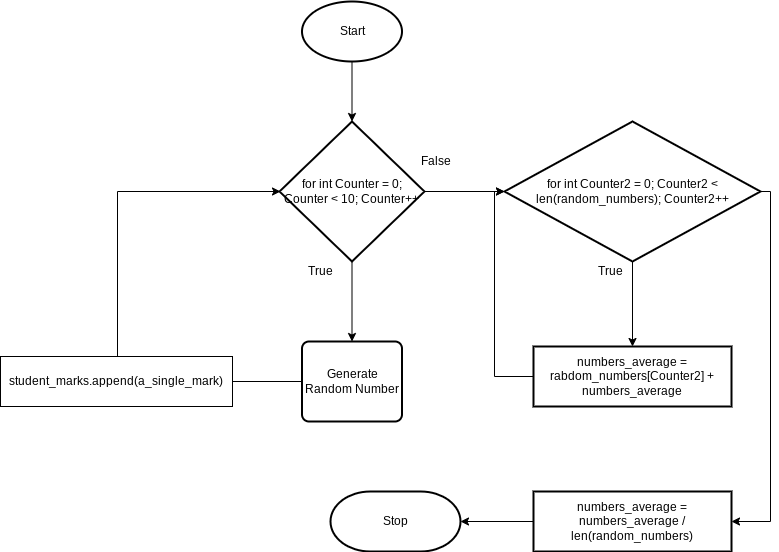
Above: flowchart.png in Ethan-Prieur1/ICS3U-Unit6-01-Python (draw.io), before the change. Source tidied: cells renumbered, new cells last; positions are measured from the earlier drawing's top-left corner, leaving out a move shared by most shapes.
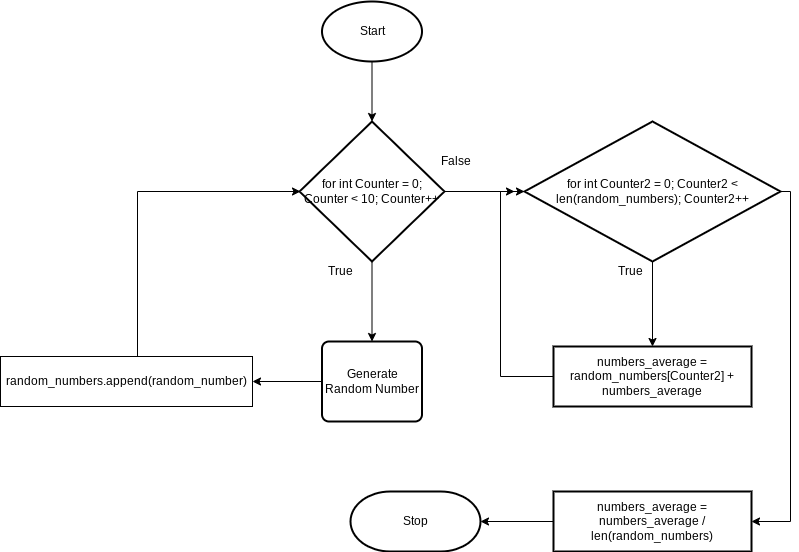
The same diagram one commit later.

Commit message:
for one of them

The edit, as a diff of the source:
```diff
@@ -20,10 +20,8 @@
     <mxCell id="7" value="for int Counter = 0; Counter &amp;lt; 10; Counter++" style="strokeWidth=2;html=1;shape=mxgraph.flowchart.decision;whiteSpace=wrap;" parent="1" vertex="1">
       <mxGeometry x="279" y="120" width="145" height="140" as="geometry" />
     </mxCell>
-    <mxCell id="8" style="edgeStyle=none;html=1;" parent="1" edge="1" source="9">
-      <mxGeometry relative="1" as="geometry">
-        <mxPoint x="168" y="380" as="targetPoint" />
-      </mxGeometry>
+    <mxCell id="8" style="edgeStyle=none;html=1;entryX=1;entryY=0.5;entryDx=0;entryDy=0;" parent="1" edge="1" source="9" target="11">
+      <mxGeometry relative="1" as="geometry" />
     </mxCell>
     <mxCell id="9" value="Generate Random Number" style="rounded=1;whiteSpace=wrap;html=1;absoluteArcSize=1;arcSize=14;strokeWidth=2;" parent="1" vertex="1">
       <mxGeometry x="301.5" y="340" width="100" height="80" as="geometry" />
@@ -37,8 +35,8 @@
         </Array>
       </mxGeometry>
     </mxCell>
-    <mxCell id="11" value="student_marks.append(a_single_mark)" style="rounded=0;whiteSpace=wrap;html=1;" parent="1" vertex="1">
-      <mxGeometry y="355" width="232" height="50" as="geometry" />
+    <mxCell id="11" value="random_numbers.append(random_number)" style="rounded=0;whiteSpace=wrap;html=1;" parent="1" vertex="1">
+      <mxGeometry x="-20" y="355" width="252" height="50" as="geometry" />
     </mxCell>
     <mxCell id="12" style="edgeStyle=none;html=1;" parent="1" edge="1" source="14" target="16">
       <mxGeometry relative="1" as="geometry" />
@@ -49,15 +47,16 @@
     <mxCell id="14" value="for int Counter2 = 0; Counter2 &amp;lt; len(random_numbers); Counter2++" style="strokeWidth=2;html=1;shape=mxgraph.flowchart.decision;whiteSpace=wrap;" parent="1" vertex="1">
       <mxGeometry x="504" y="120" width="256" height="140" as="geometry" />
     </mxCell>
-    <mxCell id="15" style="edgeStyle=orthogonalEdgeStyle;rounded=0;html=1;entryX=0;entryY=0.5;entryDx=0;entryDy=0;entryPerimeter=0;" parent="1" edge="1" source="16" target="14">
+    <mxCell id="15" style="edgeStyle=orthogonalEdgeStyle;rounded=0;html=1;" parent="1" edge="1" source="16">
       <mxGeometry relative="1" as="geometry">
+        <mxPoint x="494" y="190" as="targetPoint" />
         <Array as="points">
-          <mxPoint x="494" y="375" />
-          <mxPoint x="494" y="190" />
+          <mxPoint x="480" y="375" />
+          <mxPoint x="480" y="190" />
         </Array>
       </mxGeometry>
     </mxCell>
-    <mxCell id="16" value="numbers_average = rabdom_numbers[Counter2] + numbers_average" style="whiteSpace=wrap;html=1;strokeWidth=2;" parent="1" vertex="1">
+    <mxCell id="16" value="numbers_average = random_numbers[Counter2] + numbers_average" style="whiteSpace=wrap;html=1;strokeWidth=2;" parent="1" vertex="1">
       <mxGeometry x="533" y="345" width="198" height="60" as="geometry" />
     </mxCell>
     <mxCell id="17" style="edgeStyle=orthogonalEdgeStyle;rounded=0;html=1;exitX=0;exitY=0.5;exitDx=0;exitDy=0;entryX=1;entryY=0.5;entryDx=0;entryDy=0;entryPerimeter=0;" parent="1" edge="1" source="18" target="4">
```
